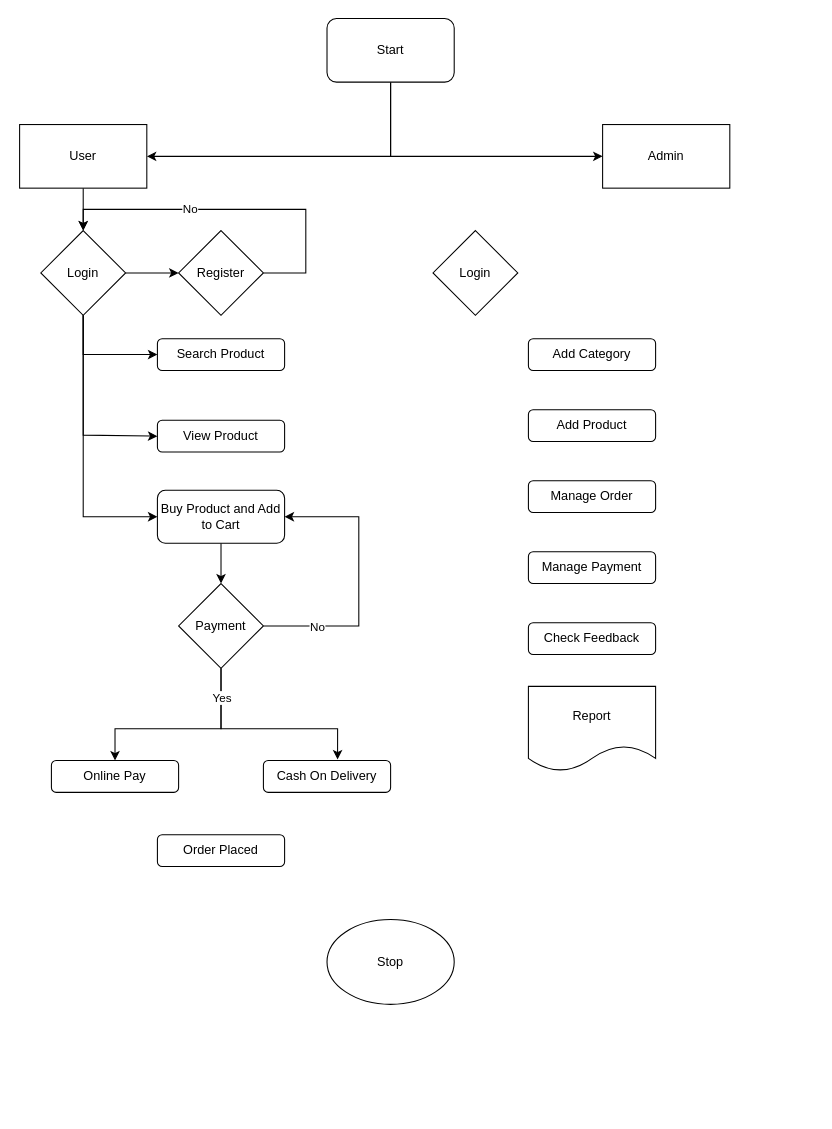
Earlier version of the draw.io diagram geeks/Untitled Diagram.drawio (kajukopi/belajar). Source tidied: cells renumbered, new cells numbered last; positions are measured from the earlier drawing's top-left corner, leaving out a move shared by most shapes. Both pictures are drawn from the tidied source at 106%, with x=0, y=0 at pixel (19, 18).
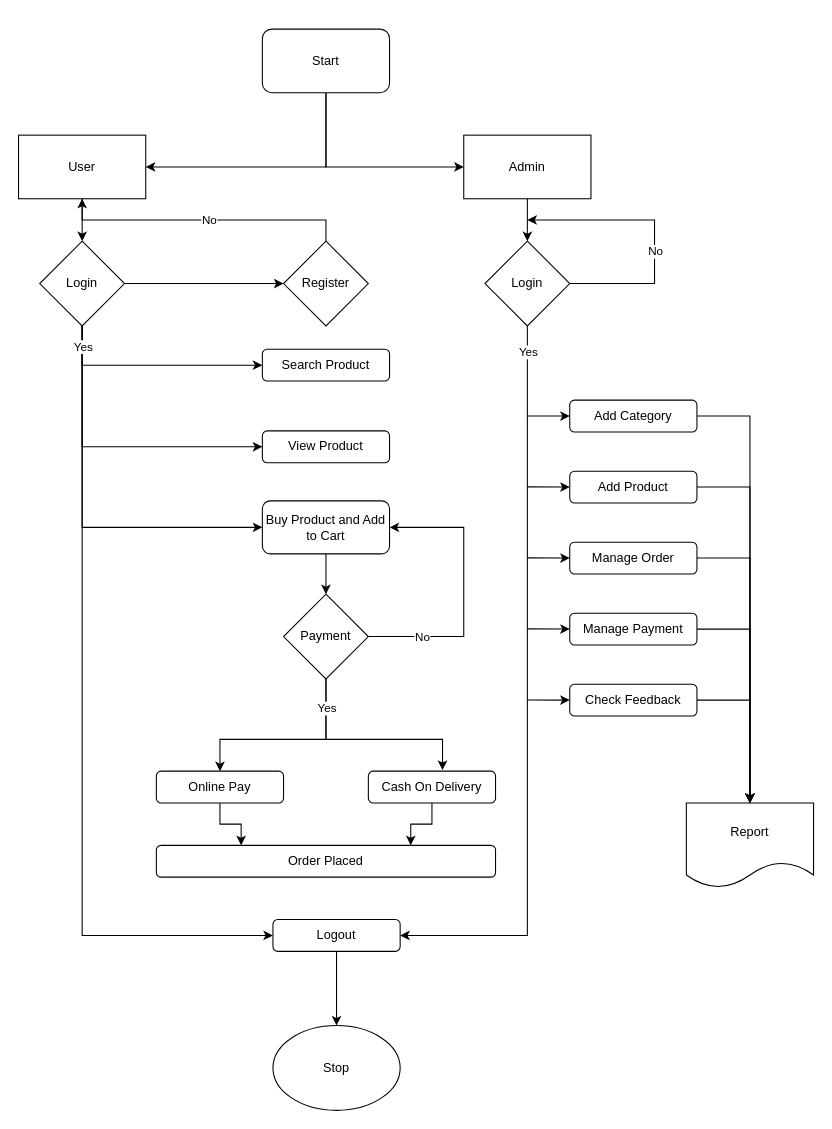
Above is the later version.

Unchanged cells that the change refers to:
```xml
<mxCell id="35" value="Online Pay" style="rounded=1;whiteSpace=wrap;html=1;" parent="34" vertex="1">
  <mxGeometry width="120" height="30" as="geometry" />
</mxCell>
<mxCell id="36" value="Cash On Delivery" style="rounded=1;whiteSpace=wrap;html=1;" parent="34" vertex="1">
  <mxGeometry x="200" width="120" height="30" as="geometry" />
</mxCell>
```

The edit, as a diff of the source:
```diff
@@
     <mxCell id="4" value="Start" style="rounded=1;whiteSpace=wrap;html=1;" parent="1" vertex="1">
-      <mxGeometry x="290" width="120" height="60" as="geometry" />
+      <mxGeometry x="229" y="10" width="120" height="60" as="geometry" />
     </mxCell>
@@
     <mxCell id="6" value="User" style="rounded=0;whiteSpace=wrap;html=1;" parent="1" vertex="1">
-      <mxGeometry y="100" width="120" height="60" as="geometry" />
+      <mxGeometry x="-1" y="110" width="120" height="60" as="geometry" />
     </mxCell>
+    <mxCell id="38" style="edgeStyle=orthogonalEdgeStyle;rounded=0;jettySize=auto;html=1;entryX=0.5;entryY=0;entryDx=0;entryDy=0;" parent="1" edge="1" source="7" target="8">
+      <mxGeometry relative="1" as="geometry" />
+    </mxCell>
     <mxCell id="7" value="Admin" style="rounded=0;whiteSpace=wrap;html=1;" parent="1" vertex="1">
-      <mxGeometry x="550" y="100" width="120" height="60" as="geometry" />
+      <mxGeometry x="419" y="110" width="120" height="60" as="geometry" />
     </mxCell>
+    <mxCell id="39" style="edgeStyle=orthogonalEdgeStyle;rounded=0;jettySize=auto;html=1;entryX=1;entryY=0.5;entryDx=0;entryDy=0;exitX=0.5;exitY=1;exitDx=0;exitDy=0;" parent="1" edge="1" source="8" target="53">
+      <mxGeometry relative="1" as="geometry">
+        <Array as="points">
+          <mxPoint x="479" y="865" />
+        </Array>
+      </mxGeometry>
+    </mxCell>
+    <mxCell id="40" value="Yes" style="edgeLabel;html=1;align=center;verticalAlign=middle;" parent="39" vertex="1">
+      <mxGeometry x="-0.93" relative="1" as="geometry" />
+    </mxCell>
     <mxCell id="8" value="Login" style="rhombus;whiteSpace=wrap;html=1;" parent="1" vertex="1">
-      <mxGeometry x="390" y="200" width="80" height="80" as="geometry" />
+      <mxGeometry x="439" y="210" width="80" height="80" as="geometry" />
     </mxCell>
+    <mxCell id="41" style="edgeStyle=orthogonalEdgeStyle;rounded=0;jettySize=auto;html=1;entryX=0.5;entryY=0;entryDx=0;entryDy=0;startArrow=none;startFill=0;endArrow=classic;endFill=1;" parent="1" edge="1" source="9" target="10">
+      <mxGeometry relative="1" as="geometry">
+        <Array as="points">
+          <mxPoint x="689" y="375" />
+        </Array>
+      </mxGeometry>
+    </mxCell>
     <mxCell id="9" value="Add Category" style="rounded=1;whiteSpace=wrap;html=1;" parent="1" vertex="1">
-      <mxGeometry x="480" y="302" width="120" height="30" as="geometry" />
+      <mxGeometry x="519" y="360" width="120" height="30" as="geometry" />
     </mxCell>
     <mxCell id="10" value="Report" style="shape=document;whiteSpace=wrap;html=1;boundedLbl=1;" parent="1" vertex="1">
-      <mxGeometry x="480" y="630" width="120" height="80" as="geometry" />
+      <mxGeometry x="629" y="740" width="120" height="80" as="geometry" />
     </mxCell>
+    <mxCell id="42" style="edgeStyle=orthogonalEdgeStyle;rounded=0;jettySize=auto;html=1;entryX=0.5;entryY=0;entryDx=0;entryDy=0;startArrow=none;startFill=0;endArrow=classic;endFill=1;" parent="1" edge="1" source="11" target="10">
+      <mxGeometry relative="1" as="geometry">
+        <Array as="points">
+          <mxPoint x="689" y="442" />
+        </Array>
+      </mxGeometry>
+    </mxCell>
     <mxCell id="11" value="Add Product" style="rounded=1;whiteSpace=wrap;html=1;" parent="1" vertex="1">
-      <mxGeometry x="480" y="369" width="120" height="30" as="geometry" />
+      <mxGeometry x="519" y="427" width="120" height="30" as="geometry" />
     </mxCell>
+    <mxCell id="43" style="edgeStyle=orthogonalEdgeStyle;rounded=0;jettySize=auto;html=1;entryX=0.5;entryY=0;entryDx=0;entryDy=0;startArrow=none;startFill=0;endArrow=classic;endFill=1;" parent="1" edge="1" source="12" target="10">
+      <mxGeometry relative="1" as="geometry">
+        <Array as="points">
+          <mxPoint x="689" y="509" />
+        </Array>
+      </mxGeometry>
+    </mxCell>
     <mxCell id="12" value="Manage Order" style="rounded=1;whiteSpace=wrap;html=1;" parent="1" vertex="1">
-      <mxGeometry x="480" y="436" width="120" height="30" as="geometry" />
+      <mxGeometry x="519" y="494" width="120" height="30" as="geometry" />
     </mxCell>
+    <mxCell id="44" style="edgeStyle=orthogonalEdgeStyle;rounded=0;jettySize=auto;html=1;entryX=0.5;entryY=0;entryDx=0;entryDy=0;startArrow=none;startFill=0;endArrow=classic;endFill=1;" parent="1" edge="1" source="13" target="10">
+      <mxGeometry relative="1" as="geometry">
+        <Array as="points">
+          <mxPoint x="689" y="576" />
+        </Array>
+      </mxGeometry>
+    </mxCell>
     <mxCell id="13" value="Manage Payment" style="rounded=1;whiteSpace=wrap;html=1;" parent="1" vertex="1">
-      <mxGeometry x="480" y="503" width="120" height="30" as="geometry" />
+      <mxGeometry x="519" y="561" width="120" height="30" as="geometry" />
     </mxCell>
+    <mxCell id="45" style="edgeStyle=orthogonalEdgeStyle;rounded=0;jettySize=auto;html=1;entryX=0.5;entryY=0;entryDx=0;entryDy=0;startArrow=none;startFill=0;endArrow=classic;endFill=1;" parent="1" edge="1" source="14" target="10">
+      <mxGeometry relative="1" as="geometry">
+        <Array as="points">
+          <mxPoint x="689" y="643" />
+        </Array>
+      </mxGeometry>
+    </mxCell>
     <mxCell id="14" value="Check Feedback" style="rounded=1;whiteSpace=wrap;html=1;" parent="1" vertex="1">
-      <mxGeometry x="480" y="570" width="120" height="30" as="geometry" />
+      <mxGeometry x="519" y="628" width="120" height="30" as="geometry" />
     </mxCell>
@@
-    <mxCell id="16" style="edgeStyle=orthogonalEdgeStyle;rounded=0;jettySize=auto;html=1;entryX=0;entryY=0.5;entryDx=0;entryDy=0;exitX=0.5;exitY=1;exitDx=0;exitDy=0;" parent="1" edge="1" source="19" target="23">
-      <mxGeometry relative="1" as="geometry" />
+    <mxCell id="16" style="edgeStyle=orthogonalEdgeStyle;rounded=0;jettySize=auto;html=1;entryX=0;entryY=0.5;entryDx=0;entryDy=0;startArrow=none;startFill=0;endArrow=classic;endFill=1;exitX=0.5;exitY=1;exitDx=0;exitDy=0;" parent="1" edge="1" source="19" target="23">
+      <mxGeometry relative="1" as="geometry">
+        <Array as="points">
+          <mxPoint x="59" y="327" />
+        </Array>
+      </mxGeometry>
     </mxCell>
-    <mxCell id="17" style="edgeStyle=orthogonalEdgeStyle;rounded=0;jettySize=auto;html=1;entryX=0;entryY=0.5;entryDx=0;entryDy=0;" parent="1" edge="1" target="24">
-      <mxGeometry relative="1" as="geometry">
-        <mxPoint x="60" y="280" as="sourcePoint" />
-        <Array as="points">
-          <mxPoint x="60" y="393" />
-        </Array>
-      </mxGeometry>
-    </mxCell>
-    <mxCell id="18" style="edgeStyle=orthogonalEdgeStyle;rounded=0;jettySize=auto;html=1;entryX=0;entryY=0.5;entryDx=0;entryDy=0;" parent="1" edge="1" target="26">
-      <mxGeometry relative="1" as="geometry">
-        <mxPoint x="60" y="280" as="sourcePoint" />
-        <Array as="points">
-          <mxPoint x="60" y="470" />
-        </Array>
-      </mxGeometry>
-    </mxCell>
+    <mxCell id="46" style="edgeStyle=orthogonalEdgeStyle;rounded=0;jettySize=auto;html=1;entryX=0;entryY=0.5;entryDx=0;entryDy=0;startArrow=none;startFill=0;endArrow=classic;endFill=1;exitX=0.5;exitY=1;exitDx=0;exitDy=0;" parent="1" edge="1" source="19" target="24">
+      <mxGeometry relative="1" as="geometry" />
+    </mxCell>
+    <mxCell id="47" style="edgeStyle=orthogonalEdgeStyle;rounded=0;jettySize=auto;html=1;entryX=0;entryY=0.5;entryDx=0;entryDy=0;startArrow=none;startFill=0;endArrow=classic;endFill=1;exitX=0.5;exitY=1;exitDx=0;exitDy=0;" parent="1" edge="1" source="19" target="26">
+      <mxGeometry relative="1" as="geometry">
+        <Array as="points">
+          <mxPoint x="59" y="480" />
+        </Array>
+      </mxGeometry>
+    </mxCell>
     <mxCell id="19" value="Login" style="rhombus;whiteSpace=wrap;html=1;" parent="1" vertex="1">
-      <mxGeometry x="20" y="200" width="80" height="80" as="geometry" />
+      <mxGeometry x="19" y="210" width="80" height="80" as="geometry" />
     </mxCell>
-    <mxCell id="20" style="edgeStyle=orthogonalEdgeStyle;rounded=0;jettySize=auto;html=1;entryX=0.5;entryY=0;entryDx=0;entryDy=0;" parent="1" edge="1" source="22" target="19">
-      <mxGeometry relative="1" as="geometry">
-        <Array as="points">
-          <mxPoint x="270" y="240" />
-          <mxPoint x="270" y="180" />
-          <mxPoint x="60" y="180" />
-        </Array>
-      </mxGeometry>
-    </mxCell>
-    <mxCell id="21" value="No" style="edgeLabel;html=1;align=center;verticalAlign=middle;" parent="20" vertex="1">
-      <mxGeometry x="0.06" y="-1" relative="1" as="geometry">
-        <mxPoint x="-35" as="offset" />
-      </mxGeometry>
-    </mxCell>
+    <mxCell id="48" style="edgeStyle=orthogonalEdgeStyle;rounded=0;jettySize=auto;html=1;entryX=0.5;entryY=1;entryDx=0;entryDy=0;" parent="1" edge="1" source="22" target="6">
+      <mxGeometry relative="1" as="geometry">
+        <Array as="points">
+          <mxPoint x="289" y="190" />
+          <mxPoint x="59" y="190" />
+        </Array>
+      </mxGeometry>
+    </mxCell>
+    <mxCell id="49" value="No" style="edgeLabel;html=1;align=center;verticalAlign=middle;" parent="48" vertex="1">
+      <mxGeometry x="-0.2" y="-1" relative="1" as="geometry">
+        <mxPoint x="-23" as="offset" />
+      </mxGeometry>
+    </mxCell>
     <mxCell id="22" value="Register" style="rhombus;whiteSpace=wrap;html=1;" parent="1" vertex="1">
-      <mxGeometry x="150" y="200" width="80" height="80" as="geometry" />
+      <mxGeometry x="249" y="210" width="80" height="80" as="geometry" />
     </mxCell>
     <mxCell id="23" value="Search Product" style="rounded=1;whiteSpace=wrap;html=1;" parent="1" vertex="1">
-      <mxGeometry x="130" y="302" width="120" height="30" as="geometry" />
+      <mxGeometry x="229" y="312" width="120" height="30" as="geometry" />
     </mxCell>
     <mxCell id="24" value="View Product" style="rounded=1;whiteSpace=wrap;html=1;" parent="1" vertex="1">
-      <mxGeometry x="130" y="379" width="120" height="30" as="geometry" />
+      <mxGeometry x="229" y="389" width="120" height="30" as="geometry" />
     </mxCell>
@@
     <mxCell id="26" value="Buy Product and Add to Cart" style="rounded=1;whiteSpace=wrap;html=1;" parent="1" vertex="1">
-      <mxGeometry x="130" y="445" width="120" height="50" as="geometry" />
+      <mxGeometry x="229" y="455" width="120" height="50" as="geometry" />
     </mxCell>
     <mxCell id="27" style="edgeStyle=orthogonalEdgeStyle;rounded=0;jettySize=auto;html=1;entryX=1;entryY=0.5;entryDx=0;entryDy=0;exitX=1;exitY=0.5;exitDx=0;exitDy=0;" parent="1" edge="1" source="32" target="26">
       <mxGeometry relative="1" as="geometry">
         <Array as="points">
-          <mxPoint x="320" y="573" />
-          <mxPoint x="320" y="470" />
+          <mxPoint x="419" y="583" />
+          <mxPoint x="419" y="480" />
         </Array>
       </mxGeometry>
     </mxCell>
@@
     <mxCell id="29" style="edgeStyle=orthogonalEdgeStyle;rounded=0;jettySize=auto;html=1;entryX=0.583;entryY=-0.033;entryDx=0;entryDy=0;entryPerimeter=0;" parent="1" edge="1" source="32" target="36">
       <mxGeometry relative="1" as="geometry">
         <Array as="points">
-          <mxPoint x="190" y="670" />
-          <mxPoint x="300" y="670" />
+          <mxPoint x="289" y="680" />
+          <mxPoint x="399" y="680" />
         </Array>
       </mxGeometry>
     </mxCell>
     <mxCell id="30" style="edgeStyle=orthogonalEdgeStyle;rounded=0;jettySize=auto;html=1;entryX=0.5;entryY=0;entryDx=0;entryDy=0;" parent="1" edge="1" source="32" target="35">
       <mxGeometry relative="1" as="geometry">
         <Array as="points">
-          <mxPoint x="190" y="670" />
-          <mxPoint x="90" y="670" />
+          <mxPoint x="289" y="680" />
+          <mxPoint x="189" y="680" />
         </Array>
       </mxGeometry>
     </mxCell>
@@
     <mxCell id="32" value="Payment" style="rhombus;whiteSpace=wrap;html=1;" parent="1" vertex="1">
-      <mxGeometry x="150" y="533" width="80" height="80" as="geometry" />
+      <mxGeometry x="249" y="543" width="80" height="80" as="geometry" />
     </mxCell>
     <mxCell id="33" value="Order Placed" style="rounded=1;whiteSpace=wrap;html=1;" parent="1" vertex="1">
-      <mxGeometry x="130" y="770" width="120" height="30" as="geometry" />
+      <mxGeometry x="129" y="780" width="320" height="30" as="geometry" />
     </mxCell>
     <mxCell id="34" style="group;flipV=0;flipH=0;" parent="1" vertex="1">
-      <mxGeometry x="30" y="700" width="320" height="30" as="geometry" />
+      <mxGeometry x="129" y="710" width="320" height="30" as="geometry" />
     </mxCell>
@@
     <mxCell id="37" value="Stop" style="ellipse;whiteSpace=wrap;html=1;" parent="1" vertex="1">
-      <mxGeometry x="290" y="850" width="120" height="80" as="geometry" />
+      <mxGeometry x="239" y="950" width="120" height="80" as="geometry" />
     </mxCell>
+    <mxCell id="50" style="edgeStyle=orthogonalEdgeStyle;rounded=0;jettySize=auto;html=1;entryX=0.75;entryY=0;entryDx=0;entryDy=0;" parent="1" edge="1" source="36" target="33">
+      <mxGeometry relative="1" as="geometry" />
+    </mxCell>
+    <mxCell id="51" style="edgeStyle=orthogonalEdgeStyle;rounded=0;jettySize=auto;html=1;entryX=0.25;entryY=0;entryDx=0;entryDy=0;" parent="1" edge="1" source="35" target="33">
+      <mxGeometry relative="1" as="geometry" />
+    </mxCell>
+    <mxCell id="52" style="edgeStyle=orthogonalEdgeStyle;rounded=0;jettySize=auto;html=1;entryX=0.5;entryY=0;entryDx=0;entryDy=0;startArrow=none;startFill=0;endArrow=classic;endFill=1;" parent="1" edge="1" source="53" target="37">
+      <mxGeometry relative="1" as="geometry" />
+    </mxCell>
+    <mxCell id="53" value="Logout" style="rounded=1;whiteSpace=wrap;html=1;" parent="1" vertex="1">
+      <mxGeometry x="239" y="850" width="120" height="30" as="geometry" />
+    </mxCell>
+    <mxCell id="54" style="endArrow=classic;html=1;rounded=0;exitX=1;exitY=0.5;exitDx=0;exitDy=0;startArrow=none;startFill=0;endFill=1;" parent="1" edge="1" source="8">
+      <mxGeometry relative="1" as="geometry">
+        <mxPoint x="479" y="190" as="targetPoint" />
+        <Array as="points">
+          <mxPoint x="599" y="250" />
+          <mxPoint x="599" y="190" />
+        </Array>
+      </mxGeometry>
+    </mxCell>
+    <mxCell id="55" value="No" style="edgeLabel;html=1;align=center;verticalAlign=middle;" parent="54" vertex="1">
+      <mxGeometry x="-0.08" relative="1" as="geometry">
+        <mxPoint y="9" as="offset" />
+      </mxGeometry>
+    </mxCell>
+    <mxCell id="56" style="endArrow=classic;html=1;rounded=0;" parent="1" edge="1">
+      <mxGeometry relative="1" as="geometry">
+        <mxPoint x="479" y="375" as="sourcePoint" />
+        <mxPoint x="519" y="375" as="targetPoint" />
+      </mxGeometry>
+    </mxCell>
+    <mxCell id="57" style="endArrow=classic;html=1;rounded=0;" parent="1" edge="1">
+      <mxGeometry relative="1" as="geometry">
+        <mxPoint x="479" y="441.8" as="sourcePoint" />
+        <mxPoint x="519" y="442" as="targetPoint" />
+      </mxGeometry>
+    </mxCell>
+    <mxCell id="58" style="endArrow=classic;html=1;rounded=0;" parent="1" edge="1">
+      <mxGeometry relative="1" as="geometry">
+        <mxPoint x="479" y="508.8" as="sourcePoint" />
+        <mxPoint x="519" y="509" as="targetPoint" />
+      </mxGeometry>
+    </mxCell>
+    <mxCell id="59" style="endArrow=classic;html=1;rounded=0;" parent="1" edge="1">
+      <mxGeometry relative="1" as="geometry">
+        <mxPoint x="479" y="575.8" as="sourcePoint" />
+        <mxPoint x="519" y="576" as="targetPoint" />
+      </mxGeometry>
+    </mxCell>
+    <mxCell id="60" style="endArrow=classic;html=1;rounded=0;" parent="1" edge="1">
+      <mxGeometry relative="1" as="geometry">
+        <mxPoint x="479" y="642.8" as="sourcePoint" />
+        <mxPoint x="519" y="643" as="targetPoint" />
+      </mxGeometry>
+    </mxCell>
+    <mxCell id="61" style="edgeStyle=orthogonalEdgeStyle;rounded=0;jettySize=auto;html=1;entryX=0;entryY=0.5;entryDx=0;entryDy=0;exitX=0.5;exitY=1;exitDx=0;exitDy=0;" parent="1" edge="1" source="19" target="53">
+      <mxGeometry relative="1" as="geometry">
+        <Array as="points">
+          <mxPoint x="59" y="865" />
+        </Array>
+      </mxGeometry>
+    </mxCell>
+    <mxCell id="62" value="Yes" style="edgeLabel;html=1;align=center;verticalAlign=middle;" parent="61" vertex="1">
+      <mxGeometry x="-0.95" relative="1" as="geometry" />
+    </mxCell>
```
